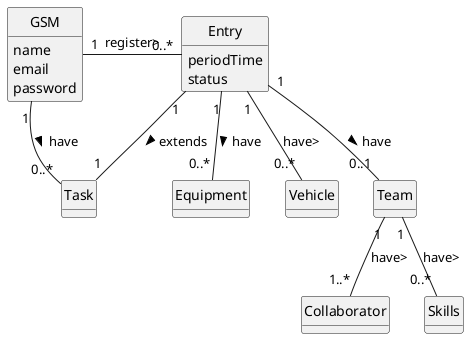
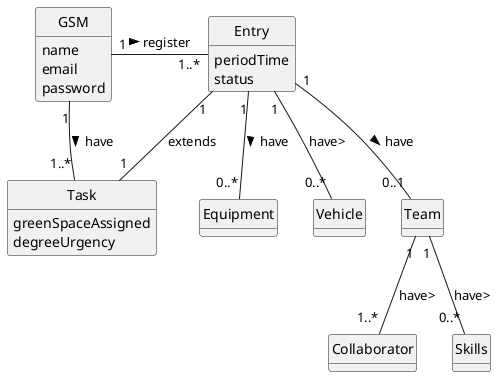
@startuml
skinparam monochrome true
skinparam packageStyle rectangle
skinparam shadowing false

'left to right direction

skinparam classAttributeIconSize 0

hide circle
hide methods

'title Domain Model

'class Platform {
'  -description
'}


class GSM {
    name
    email
    password
}

class Entry{
    periodTime
    status
}

- 
+ class Task{
+     greenSpaceAssigned
+     degreeUrgency
+ }

class Collaborator{

}

class Equipment{
}

class Vehicle{
}



- GSM "1" -- "0..*" Task: have >
+ GSM "1" -- "1..*" Task: have >

- GSM "1" - "0..*" Entry: register>
+ GSM "1" - "1..*" Entry: register >

- Entry "1" - "1" Task : extends >
+ Entry "1" - "1" Task : extends

Entry "1" -- "0..1" Team : have >

Entry "1" -- "0..*" Vehicle : have>

Entry "1" -- "0..*" Equipment : have >

Team "1" -- "1..*" Collaborator : have>

Team "1" -- "0..*" Skills : have>

@enduml